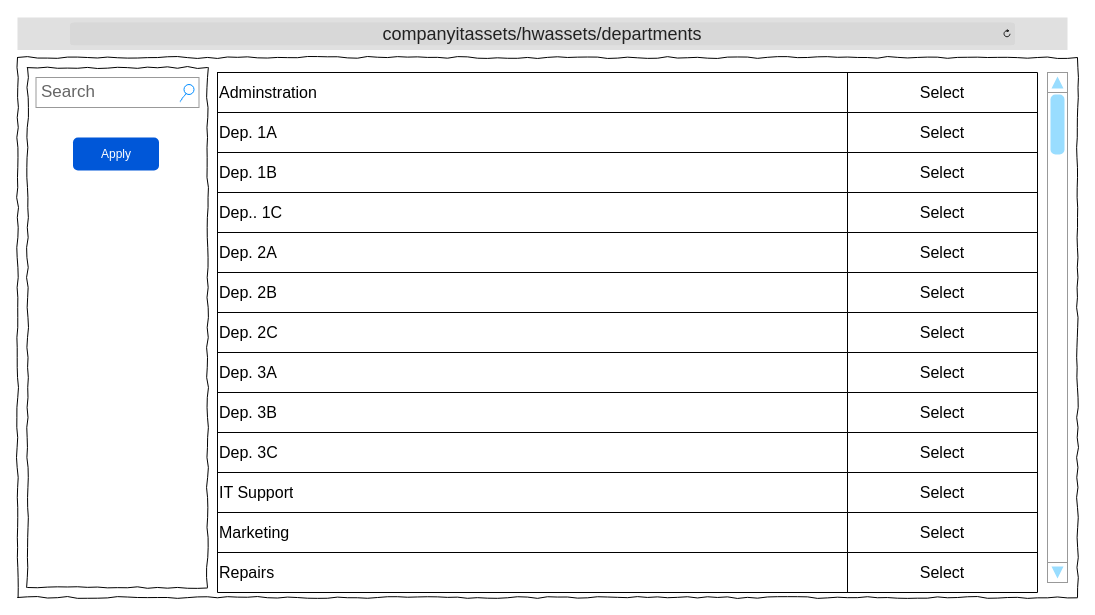
Above: Wireframes/ITAT_DepartmentSelection.drawio in TRed91/ITAssetTracking (draw.io), before the change. Source tidied: cells renumbered, new cells numbered last; positions are measured from the earlier drawing's top-left corner, leaving out a move shared by most shapes. Both pictures are drawn from the tidied source at 100%, with x=0, y=0 at pixel (17, 17).
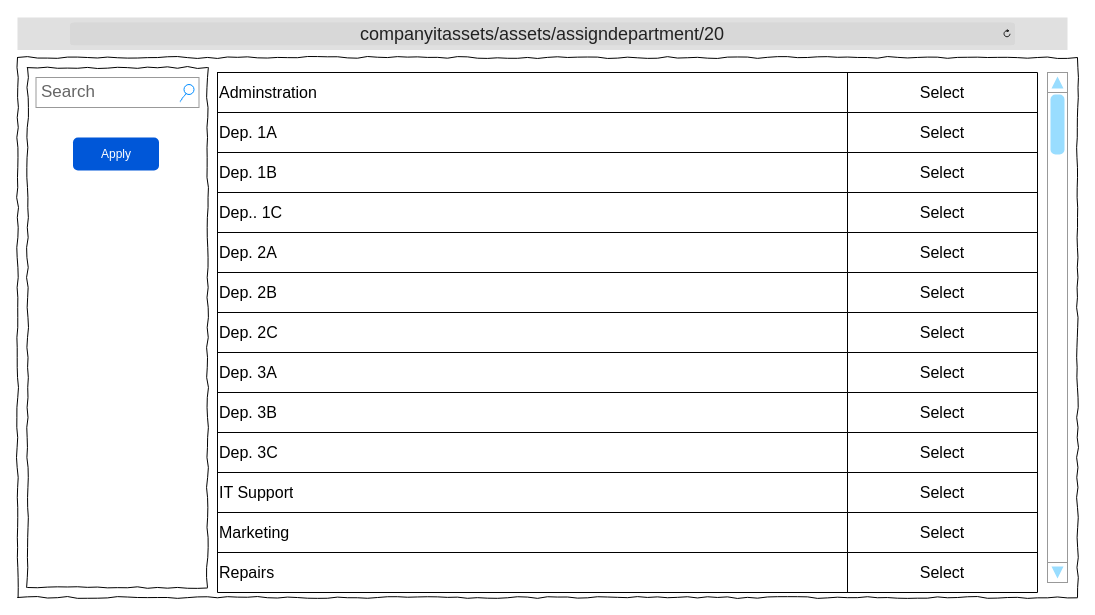
After the change.

What changed in the source:
```diff
@@
-    <mxCell id="7" value="&lt;font style=&quot;font-size: 18px;&quot;&gt;companyitassets/hwassets/departments&lt;/font&gt;" style="html=1;strokeWidth=1;shadow=0;dashed=0;shape=mxgraph.ios7ui.url;fillColor=#e0e0e0;strokeColor=#c0c0c0;buttonText=;strokeColor2=#222222;fontColor=#222222;fontSize=8;spacingTop=2;align=center;whiteSpace=wrap;" parent="1" vertex="1">
+    <mxCell id="7" value="&lt;font style=&quot;font-size: 18px;&quot;&gt;companyitassets/assets/assigndepartment/20&lt;/font&gt;" style="html=1;strokeWidth=1;shadow=0;dashed=0;shape=mxgraph.ios7ui.url;fillColor=#e0e0e0;strokeColor=#c0c0c0;buttonText=;strokeColor2=#222222;fontColor=#222222;fontSize=8;spacingTop=2;align=center;whiteSpace=wrap;" parent="1" vertex="1">
       <mxGeometry width="1050" height="32.5" as="geometry" />
     </mxCell>
```
